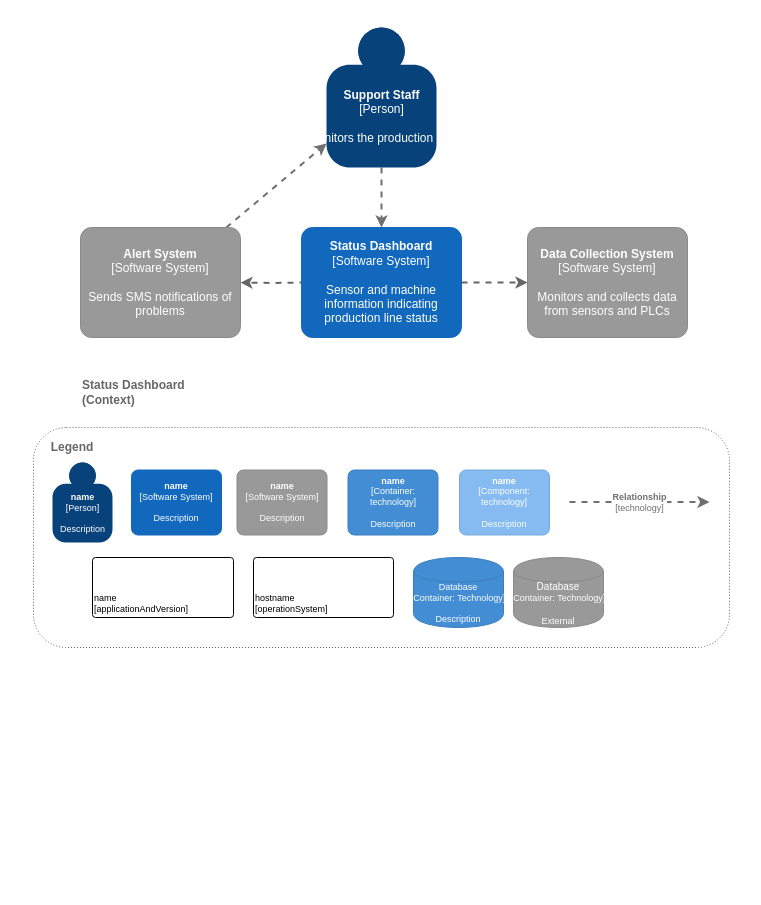
This is page "C4 Context" (1 of 4) of Design Doc LMS.drawio from eldoncosta1/diagrams, a draw.io file, before an edit. Source tidied: cells renumbered, new cells numbered last; positions are measured from the earlier drawing's top-left corner, leaving out a move shared by most shapes. Both pictures are drawn from the tidied source at 100%, with x=0, y=0 at pixel (33, 27).
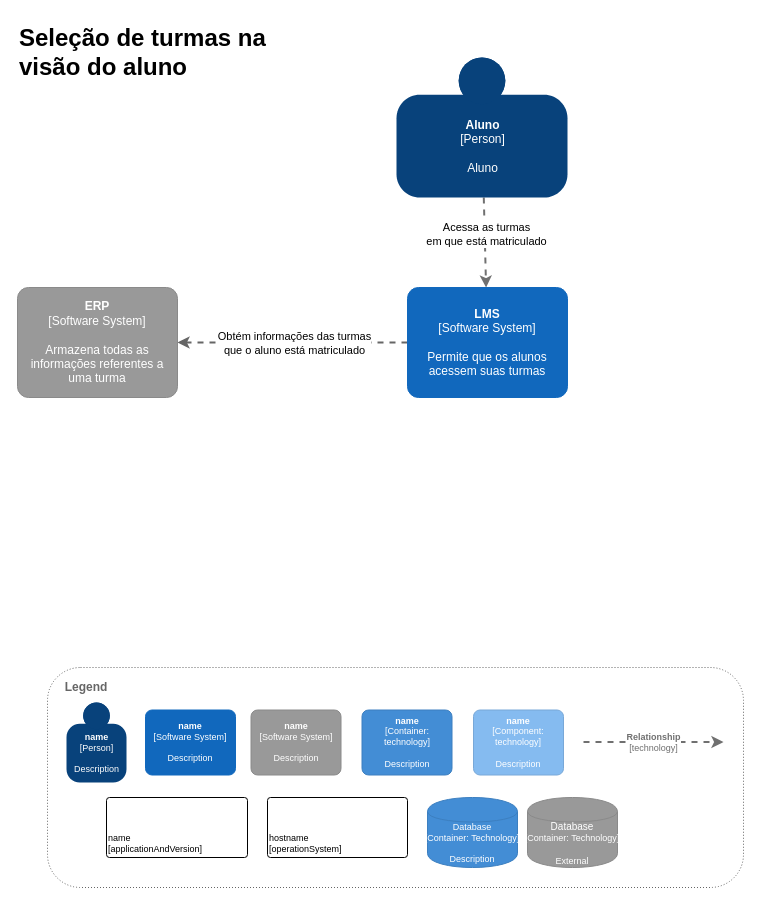
After the change.

The change refers to these unchanged cells:
```xml
<mxCell id="6" style="edgeStyle=none;rounded=0;jettySize=auto;html=1;dashed=1;strokeColor=#707070;strokeWidth=2;fontColor=#707070;" parent="1" edge="1" source="7" target="9">
  <mxGeometry relative="1" as="geometry" />
</mxCell>
```

Diff of the diagram source:
```diff
@@
-    <mxCell id="2" style="edgeStyle=orthogonalEdgeStyle;rounded=0;jettySize=auto;html=1;dashed=1;strokeWidth=2;fillColor=#f5f5f5;strokeColor=#666666;" parent="1" edge="1" target="8">
-      <mxGeometry relative="1" as="geometry">
-        <mxPoint x="272" y="255" as="sourcePoint" />
-      </mxGeometry>
+    <mxCell id="2" style="edgeStyle=orthogonalEdgeStyle;rounded=0;jettySize=auto;html=1;dashed=1;strokeWidth=2;fillColor=#f5f5f5;strokeColor=#666666;exitX=0;exitY=0.5;exitDx=0;exitDy=0;exitPerimeter=0;" parent="1" edge="1" source="9" target="8">
+      <mxGeometry relative="1" as="geometry" />
     </mxCell>
-    <mxCell id="3" style="edgeStyle=none;rounded=0;jettySize=auto;html=1;dashed=1;strokeColor=#666666;strokeWidth=2;fillColor=#f5f5f5;" parent="1" edge="1" source="9" target="10">
-      <mxGeometry relative="1" as="geometry" />
-    </mxCell>
-    <mxCell id="4" style="edgeStyle=none;rounded=0;jettySize=auto;html=1;dashed=1;strokeColor=#707070;strokeWidth=2;fontColor=#707070;" parent="1" edge="1" source="8" target="7">
-      <mxGeometry relative="1" as="geometry" />
-    </mxCell>
-    <mxCell id="5" value="&lt;b&gt;Status Dashboard&lt;br&gt;(Context)&lt;/b&gt;" style="text;html=1;align=left;verticalAlign=middle;fontColor=#666666;" parent="1" vertex="1">
-      <mxGeometry x="47" y="350" width="120" height="30" as="geometry" />
-    </mxCell>
+    <mxCell id="24" value="Obtém informações das turmas&lt;div&gt;que o aluno está matriculado&lt;/div&gt;" style="edgeLabel;html=1;align=center;verticalAlign=middle;" parent="2" vertex="1">
+      <mxGeometry x="0.27" y="1" relative="1" as="geometry">
+        <mxPoint x="32" y="-1" as="offset" />
+      </mxGeometry>
+    </mxCell>
@@
+    <mxCell id="25" value="Acessa as turmas&lt;div&gt;em que está matriculado&lt;/div&gt;" style="edgeLabel;html=1;align=center;verticalAlign=middle;" parent="6" vertex="1">
+      <mxGeometry x="-0.18" y="1" relative="1" as="geometry" />
+    </mxCell>
-    <object id="7" label="&lt;b&gt;%c4Name%&lt;/b&gt;&lt;div&gt;[%c4Type%]&lt;/div&gt;&lt;br&gt;&lt;div&gt;%c4Description%&lt;/div&gt;" c4Description="Monitors the production line" c4Name="Support Staff" c4Type="Person" placeholders="1">
+    <object id="7" label="&lt;b&gt;%c4Name%&lt;/b&gt;&lt;div&gt;[%c4Type%]&lt;/div&gt;&lt;br&gt;&lt;div&gt;%c4Description%&lt;/div&gt;" c4Description="Aluno" c4Name="Aluno" c4Type="Person" placeholders="1">
       <mxCell style="html=1;dashed=0;whitespace=wrap;fillColor=#08427b;strokeColor=none;fontColor=#ffffff;shape=mxgraph.c4.person;align=center;points=[[0.5,0,0],[1,0.5,0],[1,0.75,0],[0.75,1,0],[0.5,1,0],[0.25,1,0],[0,0.75,0],[0,0.5,0]];metaData={&quot;c4Type&quot;:{&quot;editable&quot;:false}};" parent="1" vertex="1">
-        <mxGeometry x="293" width="110" height="140" as="geometry" />
+        <mxGeometry x="363" y="30" width="171" height="140" as="geometry" />
       </mxCell>
     </object>
-    <object id="8" label="&lt;b&gt;%c4Name%&lt;/b&gt;&lt;div&gt;[%c4Type%]&lt;/div&gt;&lt;br&gt;&lt;div&gt;%c4Description%&lt;/div&gt;" c4Description="Sends SMS notifications of problems" c4Name="Alert System" c4Type="Software System" placeholders="1">
+    <object id="8" label="&lt;b&gt;%c4Name%&lt;/b&gt;&lt;div&gt;[%c4Type%]&lt;/div&gt;&lt;br&gt;&lt;div&gt;%c4Description%&lt;/div&gt;" c4Description="Armazena todas as informações referentes a uma turma" c4Name="ERP" c4Type="Software System" placeholders="1">
       <mxCell style="rounded=1;whiteSpace=wrap;html=1;labelBackgroundColor=none;fillColor=#999999;fontColor=#ffffff;align=center;arcSize=10;strokeColor=#8A8A8A;metaData={&quot;c4Type&quot;:{&quot;editable&quot;:false}};points=[[0.25,0,0],[0.5,0,0],[0.75,0,0],[1,0.25,0],[1,0.5,0],[1,0.75,0],[0.75,1,0],[0.5,1,0],[0.25,1,0],[0,0.75,0],[0,0.5,0],[0,0.25,0]];" parent="1" vertex="1">
-        <mxGeometry x="47" y="200" width="160" height="110" as="geometry" />
+        <mxGeometry x="-16" y="260" width="160" height="110" as="geometry" />
       </mxCell>
     </object>
-    <object id="9" label="&lt;b&gt;%c4Name%&lt;/b&gt;&lt;div&gt;[%c4Type%]&lt;/div&gt;&lt;br&gt;&lt;div&gt;%c4Description%&lt;/div&gt;" c4Description="Sensor and machine information indicating production line status" c4Name="Status Dashboard" c4Type="Software System" placeholders="1">
+    <object id="9" label="&lt;b&gt;%c4Name%&lt;/b&gt;&lt;div&gt;[%c4Type%]&lt;/div&gt;&lt;br&gt;&lt;div&gt;%c4Description%&lt;/div&gt;" c4Description="Permite que os alunos acessem suas turmas" c4Name="LMS" c4Type="Software System" placeholders="1">
       <mxCell style="rounded=1;whiteSpace=wrap;html=1;labelBackgroundColor=none;fillColor=#1168BD;fontColor=#ffffff;align=center;arcSize=10;strokeColor=#1168BD;metaData={&quot;c4Type&quot;:{&quot;editable&quot;:false}};points=[[0.25,0,0],[0.5,0,0],[0.75,0,0],[1,0.25,0],[1,0.5,0],[1,0.75,0],[0.75,1,0],[0.5,1,0],[0.25,1,0],[0,0.75,0],[0,0.5,0],[0,0.25,0]];" parent="1" vertex="1">
-        <mxGeometry x="268" y="200" width="160" height="110" as="geometry" />
+        <mxGeometry x="374" y="260" width="160" height="110" as="geometry" />
       </mxCell>
     </object>
-    <object id="10" label="&lt;b&gt;%c4Name%&lt;/b&gt;&lt;div&gt;[%c4Type%]&lt;/div&gt;&lt;br&gt;&lt;div&gt;%c4Description%&lt;/div&gt;" c4Description="Monitors and collects data from sensors and PLCs" c4Name="Data Collection System" c4Type="Software System" placeholders="1">
-      <mxCell style="rounded=1;whiteSpace=wrap;html=1;labelBackgroundColor=none;fillColor=#999999;fontColor=#ffffff;align=center;arcSize=10;strokeColor=#8A8A8A;metaData={&quot;c4Type&quot;:{&quot;editable&quot;:false}};points=[[0.25,0,0],[0.5,0,0],[0.75,0,0],[1,0.25,0],[1,0.5,0],[1,0.75,0],[0.75,1,0],[0.5,1,0],[0.25,1,0],[0,0.75,0],[0,0.5,0],[0,0.25,0]];" parent="1" vertex="1">
-        <mxGeometry x="494" y="200" width="160" height="110" as="geometry" />
-      </mxCell>
-    </object>
     <mxCell id="11" style="group;" parent="1" vertex="1">
-      <mxGeometry y="400" width="696" height="220" as="geometry" />
+      <mxGeometry x="14" y="640" width="696" height="220" as="geometry" />
     </mxCell>
@@
+    <mxCell id="26" value="&lt;h1 style=&quot;margin-top: 0px;&quot;&gt;Seleção de turmas na visão do aluno&lt;/h1&gt;&lt;p&gt;&lt;br&gt;&lt;/p&gt;" style="text;html=1;whiteSpace=wrap;overflow=hidden;rounded=0;" parent="1" vertex="1">
+      <mxGeometry x="-16" y="-10" width="300" height="120" as="geometry" />
+    </mxCell>
```
